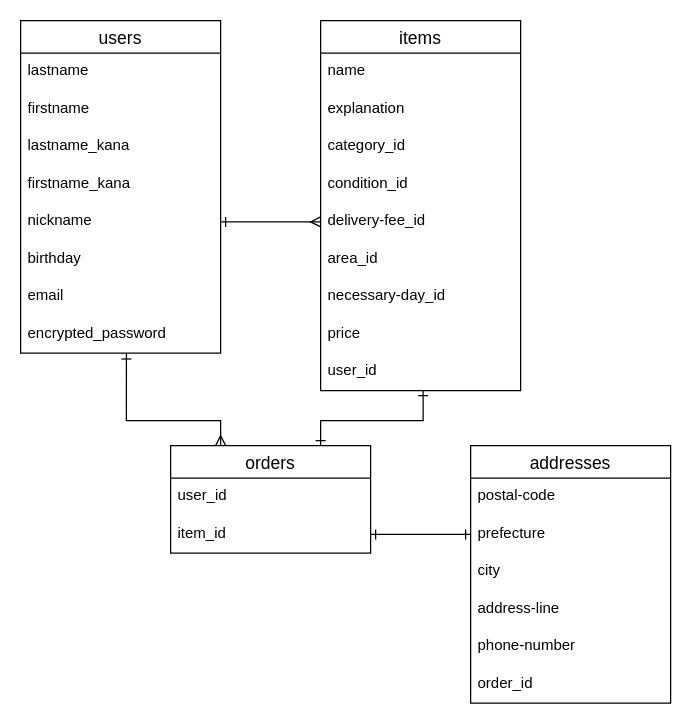
The draw.io diagram ER.dio in masaki511/furima-31545, before the edit. Source tidied: cells renumbered, new cells numbered last; positions are measured from the earlier drawing's top-left corner, leaving out a move shared by most shapes. Both pictures are drawn from the tidied source at 125%, with x=0, y=0 at pixel (20, 20).
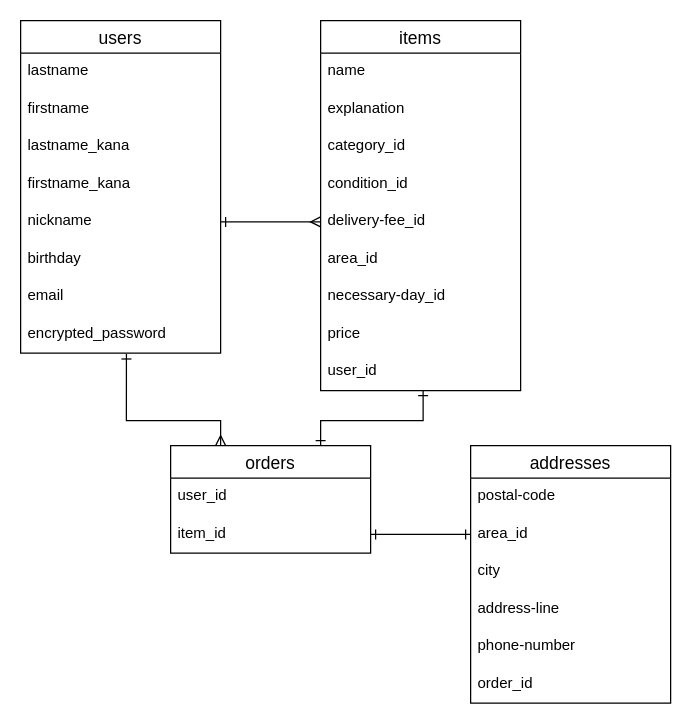
The same diagram, later.

Commit message (it also covers changes not shown here):
データベース設計の修正_addressesテーブルの都道府県カラム

The change refers to these unchanged cells:
```xml
<mxCell id="26" value="addresses" style="swimlane;fontStyle=0;horizontal=1;startSize=26;align=center;fontSize=14;" parent="1" vertex="1">
  <mxGeometry x="360" y="340" width="160" height="206" as="geometry" />
</mxCell>
```

What changed in the source:
```diff
@@
-    <mxCell id="28" value="prefecture" style="text;strokeColor=none;fillColor=none;spacingLeft=4;spacingRight=4;overflow=hidden;points=[[0,0.5],[1,0.5]];portConstraint=eastwest;fontSize=12;" parent="26" vertex="1">
+    <mxCell id="28" value="area_id" style="text;strokeColor=none;fillColor=none;spacingLeft=4;spacingRight=4;overflow=hidden;points=[[0,0.5],[1,0.5]];portConstraint=eastwest;fontSize=12;" parent="26" vertex="1">
       <mxGeometry y="56" width="160" height="30" as="geometry" />
     </mxCell>
```
